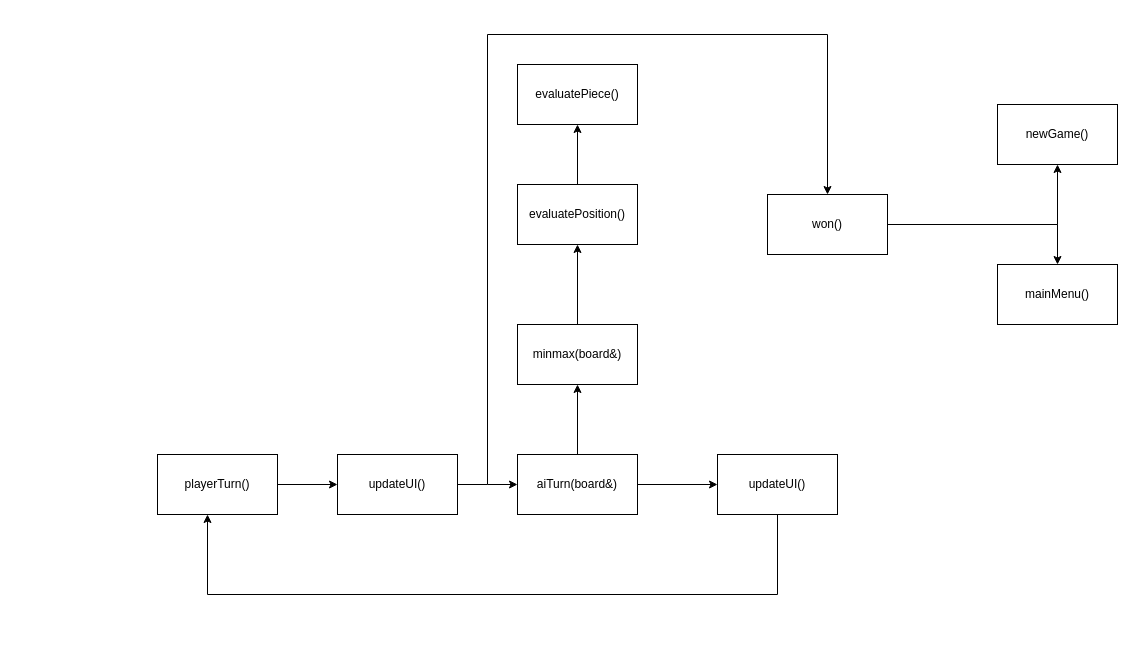
This is proiect.drawio from Aersuy/Calculator, a draw.io file, before an edit. Source tidied: cells renumbered, new cells numbered last; positions are measured from the earlier drawing's top-left corner, leaving out a move shared by most shapes. Both pictures are drawn from the tidied source at 100%, with x=0, y=0 at pixel (157, 34).
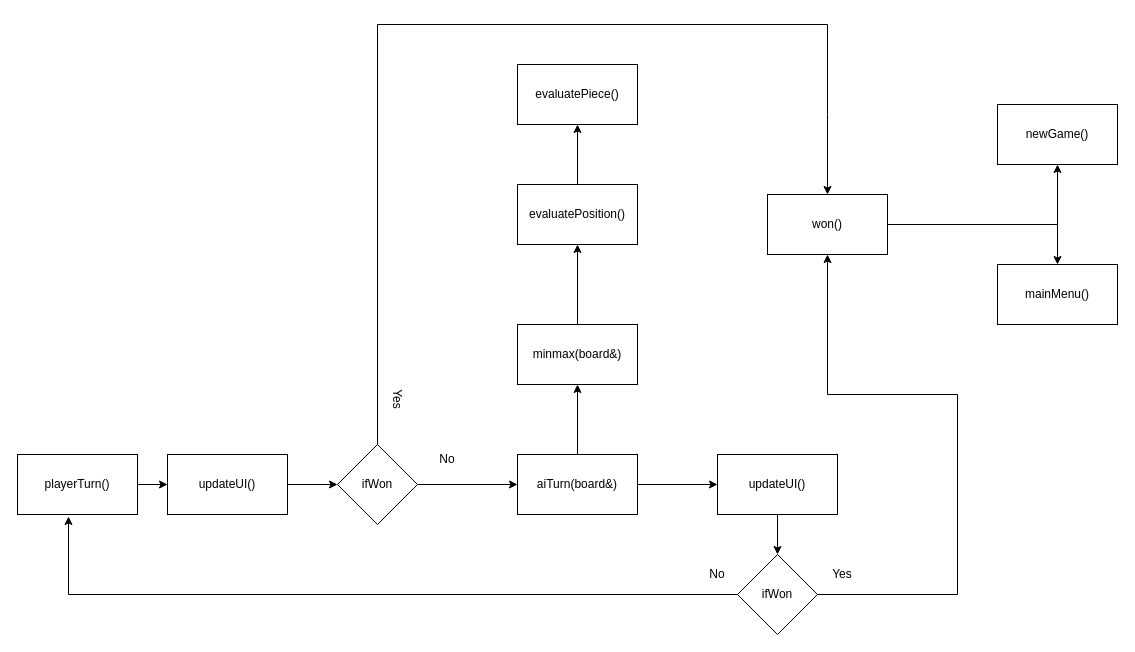
After the change.

Unchanged cells that the change refers to:
```xml
<mxCell id="4" value="aiTurn(board&amp;amp;)" style="rounded=0;whiteSpace=wrap;html=1;" parent="1" vertex="1">
  <mxGeometry x="360" y="420" width="120" height="60" as="geometry" />
</mxCell>
<mxCell id="11" value="updateUI()" style="rounded=0;whiteSpace=wrap;html=1;" parent="1" vertex="1">
  <mxGeometry x="560" y="420" width="120" height="60" as="geometry" />
</mxCell>
<mxCell id="16" value="won()" style="rounded=0;whiteSpace=wrap;html=1;" parent="1" vertex="1">
  <mxGeometry x="610" y="160" width="120" height="60" as="geometry" />
</mxCell>
```

Diff of the diagram source:
```diff
@@
-    <mxCell id="10" style="edgeStyle=orthogonalEdgeStyle;rounded=0;jettySize=auto;html=1;exitX=0.5;exitY=1;exitDx=0;exitDy=0;" parent="1" edge="1" source="11" target="13">
-      <mxGeometry relative="1" as="geometry">
-        <Array as="points">
-          <mxPoint x="620" y="560" />
-          <mxPoint x="50" y="560" />
-        </Array>
-      </mxGeometry>
-    </mxCell>
+    <mxCell id="22" style="edgeStyle=orthogonalEdgeStyle;rounded=0;jettySize=auto;html=1;" parent="1" edge="1" source="11" target="26">
+      <mxGeometry relative="1" as="geometry" />
+    </mxCell>
@@
     <mxCell id="13" value="playerTurn()" style="rounded=0;whiteSpace=wrap;html=1;" parent="1" vertex="1">
-      <mxGeometry y="420" width="120" height="60" as="geometry" />
+      <mxGeometry x="-140" y="420" width="120" height="60" as="geometry" />
     </mxCell>
-    <mxCell id="14" style="edgeStyle=orthogonalEdgeStyle;rounded=0;jettySize=auto;html=1;" parent="1" edge="1" source="15" target="4">
-      <mxGeometry relative="1" as="geometry">
-        <Array as="points">
-          <mxPoint x="330" y="450" />
-          <mxPoint x="330" y="450" />
-        </Array>
-      </mxGeometry>
-    </mxCell>
     <mxCell id="15" value="updateUI()" style="rounded=0;whiteSpace=wrap;html=1;" parent="1" vertex="1">
-      <mxGeometry x="180" y="420" width="120" height="60" as="geometry" />
+      <mxGeometry x="10" y="420" width="120" height="60" as="geometry" />
     </mxCell>
@@
-    <mxCell id="17" style="endArrow=classic;html=1;rounded=0;entryX=0.5;entryY=0;entryDx=0;entryDy=0;" parent="1" edge="1" target="16">
+    <mxCell id="17" style="endArrow=classic;html=1;rounded=0;entryX=0.5;entryY=0;entryDx=0;entryDy=0;exitX=0.5;exitY=0;exitDx=0;exitDy=0;" parent="1" edge="1" source="24" target="16">
       <mxGeometry relative="1" as="geometry">
-        <mxPoint x="330" y="450" as="sourcePoint" />
         <Array as="points">
-          <mxPoint x="330" />
-          <mxPoint x="670" />
+          <mxPoint x="220" y="-10" />
+          <mxPoint x="670" y="-10" />
+          <mxPoint x="670" y="80" />
         </Array>
       </mxGeometry>
     </mxCell>
@@
+    <mxCell id="23" style="edgeStyle=orthogonalEdgeStyle;rounded=0;jettySize=auto;html=1;" parent="1" edge="1" source="24" target="4">
+      <mxGeometry relative="1" as="geometry" />
+    </mxCell>
+    <mxCell id="24" value="ifWon" style="rhombus;whiteSpace=wrap;html=1;" parent="1" vertex="1">
+      <mxGeometry x="180" y="410" width="80" height="80" as="geometry" />
+    </mxCell>
+    <mxCell id="25" style="endArrow=classic;html=1;rounded=0;exitX=1;exitY=0.5;exitDx=0;exitDy=0;entryX=0;entryY=0.5;entryDx=0;entryDy=0;" parent="1" edge="1" source="15" target="24">
+      <mxGeometry relative="1" as="geometry" />
+    </mxCell>
+    <mxCell id="26" value="ifWon" style="rhombus;whiteSpace=wrap;html=1;" parent="1" vertex="1">
+      <mxGeometry x="580" y="520" width="80" height="80" as="geometry" />
+    </mxCell>
+    <mxCell id="27" style="endArrow=classic;html=1;rounded=0;exitX=0;exitY=0.5;exitDx=0;exitDy=0;entryX=0.425;entryY=1.033;entryDx=0;entryDy=0;entryPerimeter=0;" parent="1" edge="1" source="26" target="13">
+      <mxGeometry relative="1" as="geometry">
+        <Array as="points">
+          <mxPoint x="-89" y="560" />
+        </Array>
+      </mxGeometry>
+    </mxCell>
+    <mxCell id="28" style="endArrow=classic;html=1;rounded=0;exitX=1;exitY=0.5;exitDx=0;exitDy=0;entryX=0.5;entryY=1;entryDx=0;entryDy=0;" parent="1" edge="1" source="26" target="16">
+      <mxGeometry relative="1" as="geometry">
+        <Array as="points">
+          <mxPoint x="800" y="560" />
+          <mxPoint x="800" y="360" />
+          <mxPoint x="670" y="360" />
+        </Array>
+      </mxGeometry>
+    </mxCell>
+    <mxCell id="29" value="&lt;div&gt;No&lt;/div&gt;" style="text;html=1;align=center;verticalAlign=middle;whiteSpace=wrap;rounded=0;" parent="1" vertex="1">
+      <mxGeometry x="530" y="525" width="60" height="30" as="geometry" />
+    </mxCell>
+    <mxCell id="30" value="Yes" style="text;html=1;align=center;verticalAlign=middle;whiteSpace=wrap;rounded=0;" parent="1" vertex="1">
+      <mxGeometry x="655" y="525" width="60" height="30" as="geometry" />
+    </mxCell>
+    <mxCell id="31" value="&lt;div&gt;No&lt;/div&gt;" style="text;html=1;align=center;verticalAlign=middle;whiteSpace=wrap;rounded=0;" parent="1" vertex="1">
+      <mxGeometry x="260" y="410" width="60" height="30" as="geometry" />
+    </mxCell>
+    <mxCell id="32" value="Yes" style="text;html=1;align=center;verticalAlign=middle;whiteSpace=wrap;rounded=0;rotation=90;" parent="1" vertex="1">
+      <mxGeometry x="210" y="350" width="60" height="30" as="geometry" />
+    </mxCell>
```
